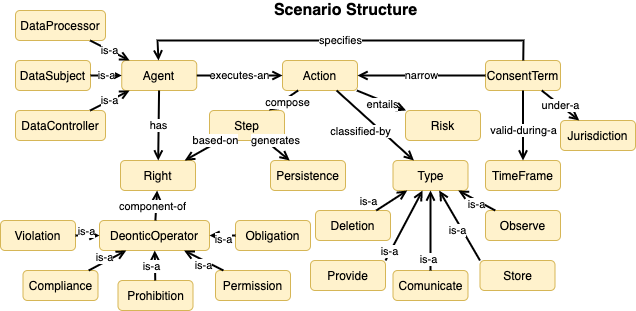
The draw.io diagram img/Scenario_Structure.png in phalves/GoDReP, before a commit. Source tidied: cells renumbered, new cells last; positions are measured from the earlier drawing's top-left corner, leaving out a move shared by most shapes.
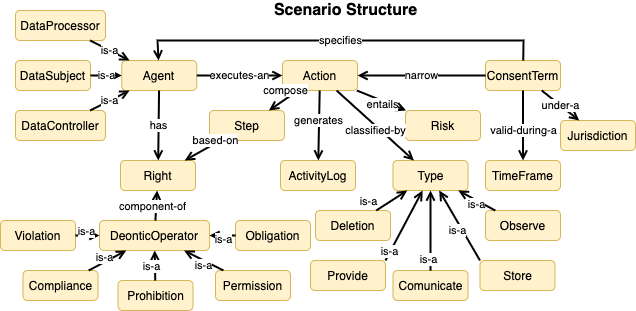
The same file after the commit.

Commit message:
Adding action types to the activity log.

The edit, as a diff of the source:
```diff
@@ -57,7 +57,7 @@
       <mxGeometry x="209" y="110" width="75" height="30" as="geometry" />
     </mxCell>
     <mxCell id="20" value="compose" style="edgeStyle=none;rounded=0;jettySize=auto;html=1;endArrow=open;endFill=0;strokeWidth=2;" parent="1" edge="1" source="2" target="19">
-      <mxGeometry x="-0.08" y="4" relative="1" as="geometry" />
+      <mxGeometry x="-0.41" y="-7" relative="1" as="geometry" />
     </mxCell>
     <mxCell id="21" value="Right" style="rounded=1;whiteSpace=wrap;html=1;fillColor=#fff2cc;strokeColor=#d6b656;" parent="1" vertex="1">
       <mxGeometry x="120" y="160" width="75" height="30" as="geometry" />
@@ -115,51 +115,51 @@
         </Array>
       </mxGeometry>
     </mxCell>
-    <mxCell id="38" value="Persistence" style="rounded=1;whiteSpace=wrap;html=1;fillColor=#fff2cc;strokeColor=#d6b656;" parent="1" vertex="1">
-      <mxGeometry x="270" y="160" width="75" height="30" as="geometry" />
+    <mxCell id="38" value="Type" style="rounded=1;whiteSpace=wrap;html=1;fillColor=#fff2cc;strokeColor=#d6b656;" parent="1" vertex="1">
+      <mxGeometry x="392.5" y="160" width="75" height="30" as="geometry" />
     </mxCell>
-    <mxCell id="39" value="generates" style="edgeStyle=none;rounded=0;jettySize=auto;html=1;endArrow=open;endFill=0;strokeWidth=2;" parent="1" edge="1" source="19" target="38">
-      <mxGeometry x="-0.5" y="6" relative="1" as="geometry" />
+    <mxCell id="39" value="classified-by" style="edgeStyle=none;rounded=0;jettySize=auto;html=1;endArrow=open;endFill=0;strokeWidth=2;" parent="1" edge="1" source="2" target="38">
+      <mxGeometry x="0.07" y="-4" relative="1" as="geometry">
+        <mxPoint y="-1" as="offset" />
+      </mxGeometry>
     </mxCell>
-    <mxCell id="40" value="Type" style="rounded=1;whiteSpace=wrap;html=1;fillColor=#fff2cc;strokeColor=#d6b656;" parent="1" vertex="1">
-      <mxGeometry x="392.5" y="160" width="75" height="30" as="geometry" />
+    <mxCell id="40" value="Deletion" style="rounded=1;whiteSpace=wrap;html=1;fillColor=#fff2cc;strokeColor=#d6b656;" parent="1" vertex="1">
+      <mxGeometry x="315" y="210" width="75" height="30" as="geometry" />
     </mxCell>
-    <mxCell id="41" value="classified-by" style="edgeStyle=none;rounded=0;jettySize=auto;html=1;endArrow=open;endFill=0;strokeWidth=2;" parent="1" edge="1" source="2" target="40">
-      <mxGeometry x="-0.12" y="-15" relative="1" as="geometry">
-        <mxPoint y="-1" as="offset" />
-      </mxGeometry>
+    <mxCell id="41" value="Observe" style="rounded=1;whiteSpace=wrap;html=1;fillColor=#fff2cc;strokeColor=#d6b656;" parent="1" vertex="1">
+      <mxGeometry x="485" y="210" width="75" height="30" as="geometry" />
     </mxCell>
-    <mxCell id="42" value="Deletion" style="rounded=1;whiteSpace=wrap;html=1;fillColor=#fff2cc;strokeColor=#d6b656;" parent="1" vertex="1">
-      <mxGeometry x="315" y="210" width="75" height="30" as="geometry" />
+    <mxCell id="42" value="Store" style="rounded=1;whiteSpace=wrap;html=1;fillColor=#fff2cc;strokeColor=#d6b656;" parent="1" vertex="1">
+      <mxGeometry x="479.5" y="260" width="75" height="30" as="geometry" />
     </mxCell>
-    <mxCell id="43" value="Observe" style="rounded=1;whiteSpace=wrap;html=1;fillColor=#fff2cc;strokeColor=#d6b656;" parent="1" vertex="1">
-      <mxGeometry x="485" y="210" width="75" height="30" as="geometry" />
+    <mxCell id="43" value="Comunicate" style="rounded=1;whiteSpace=wrap;html=1;fillColor=#fff2cc;strokeColor=#d6b656;" parent="1" vertex="1">
+      <mxGeometry x="392.5" y="270" width="75" height="30" as="geometry" />
     </mxCell>
-    <mxCell id="44" value="Store" style="rounded=1;whiteSpace=wrap;html=1;fillColor=#fff2cc;strokeColor=#d6b656;" parent="1" vertex="1">
-      <mxGeometry x="479.5" y="260" width="75" height="30" as="geometry" />
+    <mxCell id="44" value="Provide" style="rounded=1;whiteSpace=wrap;html=1;fillColor=#fff2cc;strokeColor=#d6b656;" parent="1" vertex="1">
+      <mxGeometry x="310" y="260" width="75" height="30" as="geometry" />
     </mxCell>
-    <mxCell id="45" value="Comunicate" style="rounded=1;whiteSpace=wrap;html=1;fillColor=#fff2cc;strokeColor=#d6b656;" parent="1" vertex="1">
-      <mxGeometry x="392.5" y="270" width="75" height="30" as="geometry" />
+    <mxCell id="45" value="is-a" style="edgeStyle=none;rounded=0;jettySize=auto;html=1;endArrow=open;endFill=0;strokeWidth=2;" parent="1" edge="1" source="40" target="38">
+      <mxGeometry x="-1" y="12" relative="1" as="geometry">
+        <mxPoint x="-1" y="1" as="offset" />
+      </mxGeometry>
     </mxCell>
-    <mxCell id="46" value="Provide" style="rounded=1;whiteSpace=wrap;html=1;fillColor=#fff2cc;strokeColor=#d6b656;" parent="1" vertex="1">
-      <mxGeometry x="310" y="260" width="75" height="30" as="geometry" />
+    <mxCell id="46" value="is-a" style="edgeStyle=none;rounded=0;jettySize=auto;html=1;endArrow=open;endFill=0;strokeWidth=2;" parent="1" edge="1" source="41" target="38">
+      <mxGeometry x="-0.08" y="4" relative="1" as="geometry" />
     </mxCell>
-    <mxCell id="47" value="is-a" style="edgeStyle=none;rounded=0;jettySize=auto;html=1;endArrow=open;endFill=0;strokeWidth=2;" parent="1" edge="1" source="42" target="40">
-      <mxGeometry x="-1" y="12" relative="1" as="geometry">
-        <mxPoint x="-1" y="1" as="offset" />
-      </mxGeometry>
+    <mxCell id="47" value="is-a" style="edgeStyle=none;rounded=0;jettySize=auto;html=1;endArrow=open;endFill=0;strokeWidth=2;exitX=1;exitY=0;exitDx=0;exitDy=0;" parent="1" edge="1" source="44" target="38">
+      <mxGeometry x="-0.75" y="1" relative="1" as="geometry" />
     </mxCell>
-    <mxCell id="48" value="is-a" style="edgeStyle=none;rounded=0;jettySize=auto;html=1;endArrow=open;endFill=0;strokeWidth=2;" parent="1" edge="1" source="43" target="40">
+    <mxCell id="48" value="is-a" style="edgeStyle=none;rounded=0;jettySize=auto;html=1;endArrow=open;endFill=0;strokeWidth=2;exitX=0;exitY=0;exitDx=0;exitDy=0;" parent="1" edge="1" source="42" target="38">
       <mxGeometry x="-0.08" y="4" relative="1" as="geometry" />
     </mxCell>
-    <mxCell id="49" value="is-a" style="edgeStyle=none;rounded=0;jettySize=auto;html=1;endArrow=open;endFill=0;strokeWidth=2;exitX=1;exitY=0;exitDx=0;exitDy=0;" parent="1" edge="1" source="46" target="40">
-      <mxGeometry x="-0.75" y="1" relative="1" as="geometry" />
+    <mxCell id="49" value="is-a" style="edgeStyle=none;rounded=0;jettySize=auto;html=1;endArrow=open;endFill=0;strokeWidth=2;exitX=0.5;exitY=0;exitDx=0;exitDy=0;" parent="1" edge="1" source="43" target="38">
+      <mxGeometry x="-0.73" y="2" relative="1" as="geometry" />
     </mxCell>
-    <mxCell id="50" value="is-a" style="edgeStyle=none;rounded=0;jettySize=auto;html=1;endArrow=open;endFill=0;strokeWidth=2;exitX=0;exitY=0;exitDx=0;exitDy=0;" parent="1" edge="1" source="44" target="40">
-      <mxGeometry x="-0.08" y="4" relative="1" as="geometry" />
+    <mxCell id="50" value="ActivityLog" style="rounded=1;whiteSpace=wrap;html=1;fillColor=#fff2cc;strokeColor=#d6b656;" parent="1" vertex="1">
+      <mxGeometry x="280" y="160" width="75" height="30" as="geometry" />
     </mxCell>
-    <mxCell id="51" value="is-a" style="edgeStyle=none;rounded=0;jettySize=auto;html=1;endArrow=open;endFill=0;strokeWidth=2;exitX=0.5;exitY=0;exitDx=0;exitDy=0;" parent="1" edge="1" source="45" target="40">
-      <mxGeometry x="-0.73" y="2" relative="1" as="geometry" />
+    <mxCell id="51" value="generates" style="edgeStyle=none;rounded=0;jettySize=auto;html=1;endArrow=open;endFill=0;strokeWidth=2;" parent="1" edge="1" source="2" target="50">
+      <mxGeometry x="-0.14" y="-1" relative="1" as="geometry" />
     </mxCell>
   </root>
 </mxGraphModel>
```
